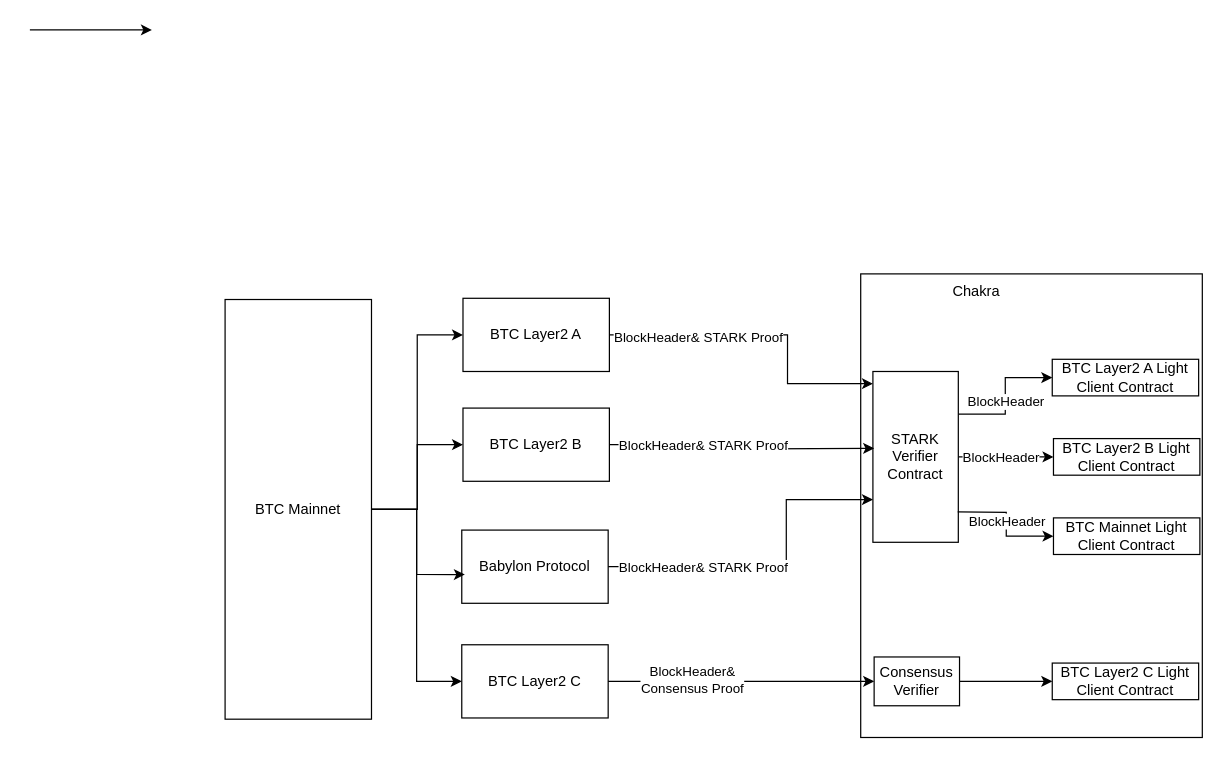
Before: 111.drawio in cynic-1/Graphs, a draw.io diagram. Source tidied: cells renumbered, new cells numbered last; positions are measured from the earlier drawing's top-left corner, leaving out a move shared by most shapes. Both pictures are drawn from the tidied source at 122%, with x=0, y=0 at pixel (29, 29).
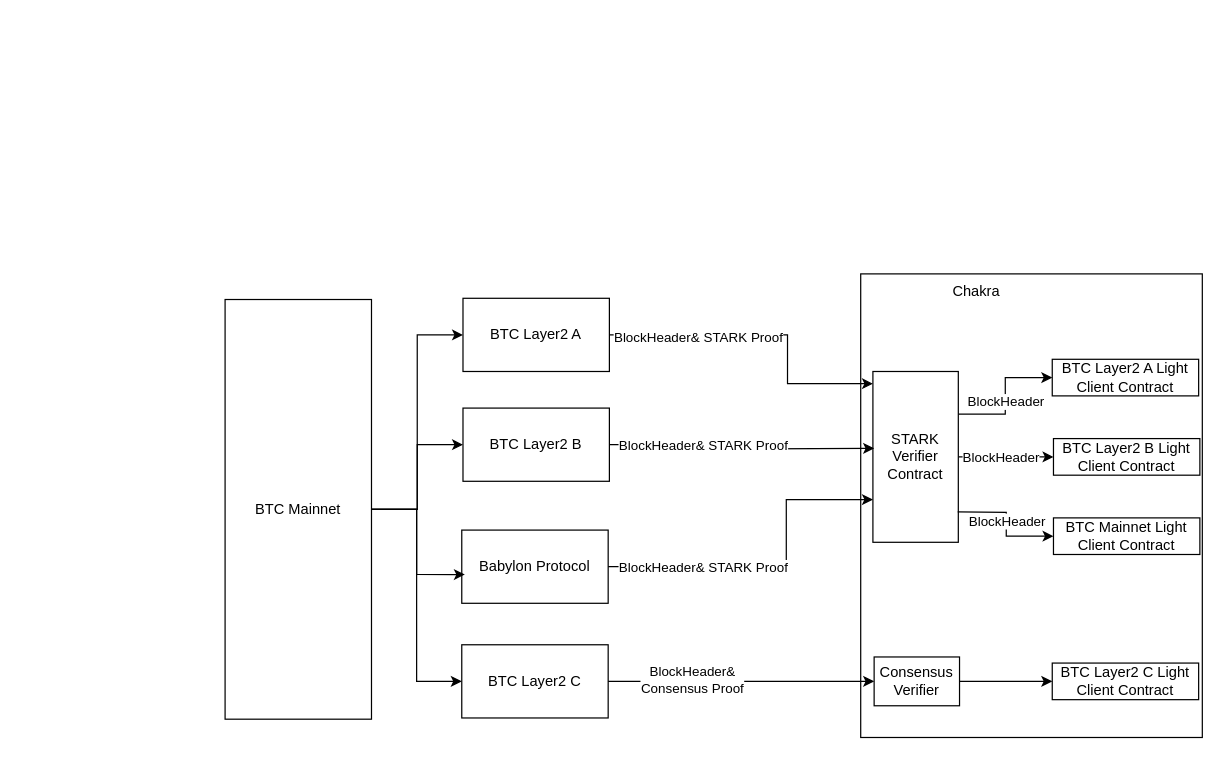
After the change.

The edit, as a diff of the source:
```diff
@@
-    <mxCell id="33" style="edgeStyle=none;orthogonalLoop=1;jettySize=auto;html=1;rounded=0;" parent="1" edge="1">
-      <mxGeometry relative="1" as="geometry">
-        <mxPoint as="sourcePoint" />
-        <mxPoint x="100" as="targetPoint" />
-      </mxGeometry>
-    </mxCell>
```
